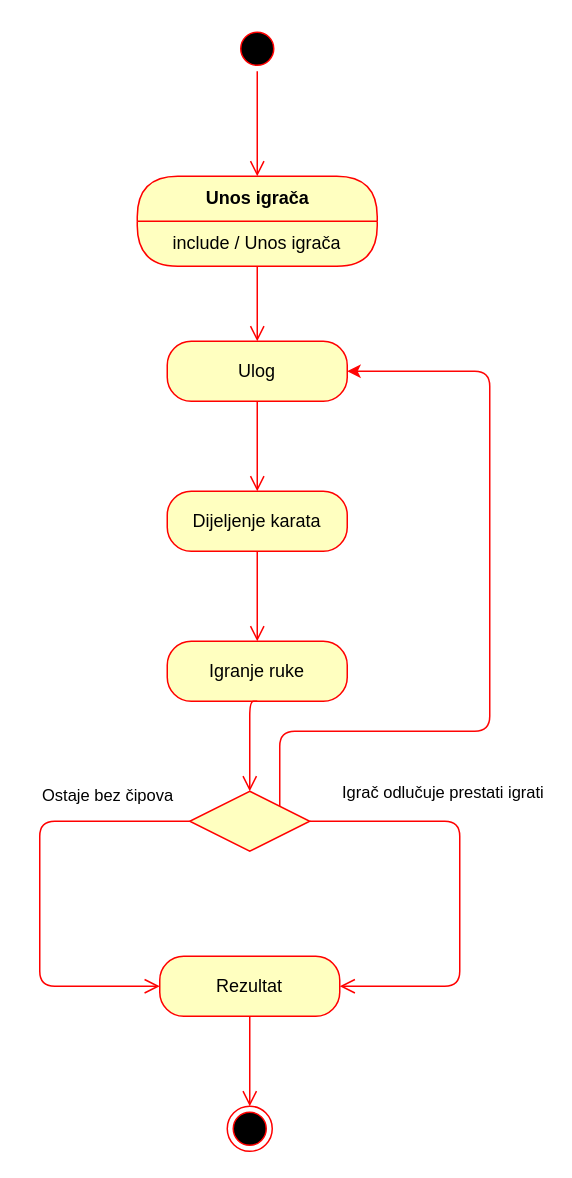
This is page "Igranje 21" (2 of 7) of Untitled Diagram.drawio from avrkic/21, a draw.io file, before an edit. Source tidied: cells renumbered, new cells numbered last; positions are measured from the earlier drawing's top-left corner, leaving out a move shared by most shapes. Both pictures are drawn from the tidied source at 150%, with x=0, y=0 at pixel (39, 26).
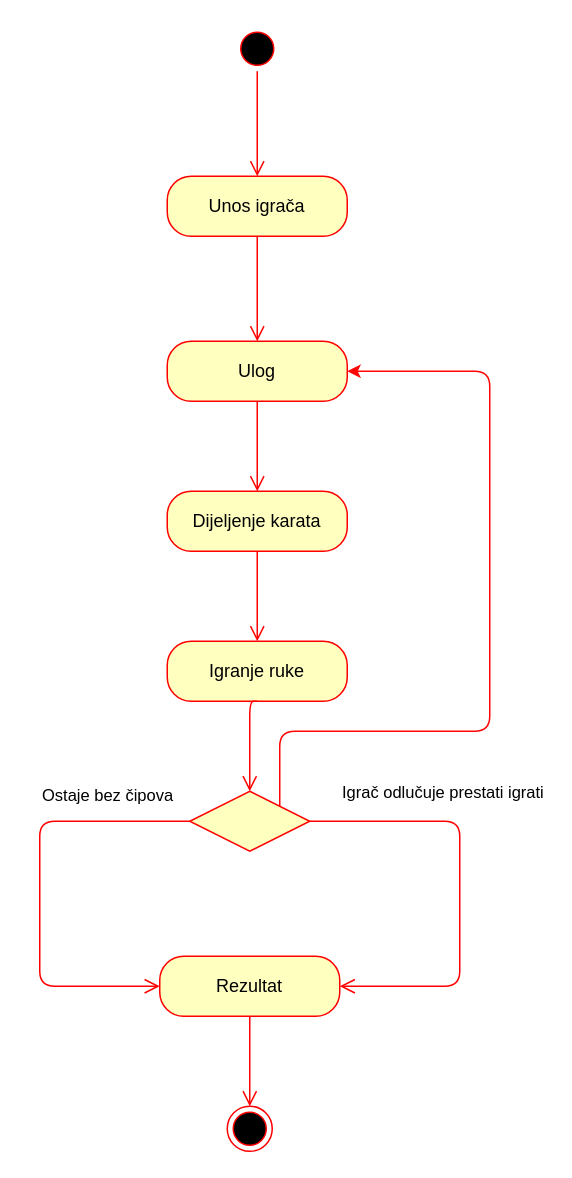
The same diagram, later.

Commit message:
Dijagram igranje 21

The change refers to these unchanged cells:
```xml
<mxCell id="5" style="ellipse;html=1;shape=startState;fillColor=#000000;strokeColor=#ff0000;" parent="1" vertex="1">
  <mxGeometry x="130" width="30" height="30" as="geometry" />
</mxCell>
<mxCell id="7" value="Ulog" style="rounded=1;whiteSpace=wrap;html=1;arcSize=40;fontColor=#000000;fillColor=#ffffc0;strokeColor=#ff0000;" parent="1" vertex="1">
  <mxGeometry x="85" y="210" width="120" height="40" as="geometry" />
</mxCell>
```

Change to the diagram source:
```diff
@@
-    <mxCell id="2" value="Unos igrača" style="swimlane;html=1;fontStyle=1;align=center;verticalAlign=middle;horizontal=1;startSize=30;fontColor=#000000;rounded=1;arcSize=30;strokeColor=#ff0000;fillColor=#ffffc0;swimlaneFillColor=#ffffc0;" parent="1" vertex="1">
-      <mxGeometry x="65" y="100" width="160" height="60" as="geometry" />
-    </mxCell>
-    <mxCell id="3" value="include / Unos igrača" style="text;html=1;strokeColor=none;fillColor=none;align=center;verticalAlign=middle;spacingLeft=4;spacingRight=4;whiteSpace=wrap;overflow=hidden;fontColor=#000000;" parent="2" vertex="1">
-      <mxGeometry y="30" width="160" height="30" as="geometry" />
-    </mxCell>
-    <mxCell id="4" style="edgeStyle=orthogonalEdgeStyle;html=1;verticalAlign=bottom;endArrow=open;endSize=8;strokeColor=#ff0000;" parent="1" edge="1" source="2">
-      <mxGeometry relative="1" as="geometry">
-        <mxPoint x="145" y="210" as="targetPoint" />
-      </mxGeometry>
-    </mxCell>
@@
-    <mxCell id="6" style="edgeStyle=orthogonalEdgeStyle;html=1;verticalAlign=bottom;endArrow=open;endSize=8;strokeColor=#ff0000;entryX=0.5;entryY=0;entryDx=0;entryDy=0;" parent="1" edge="1" source="5" target="2">
-      <mxGeometry relative="1" as="geometry" />
+    <mxCell id="6" style="edgeStyle=orthogonalEdgeStyle;html=1;verticalAlign=bottom;endArrow=open;endSize=8;strokeColor=#ff0000;entryX=0.5;entryY=0;entryDx=0;entryDy=0;" parent="1" edge="1" source="5">
+      <mxGeometry relative="1" as="geometry">
+        <mxPoint x="145" y="100" as="targetPoint" />
+      </mxGeometry>
     </mxCell>
@@
+    <mxCell id="2" value="Unos igrača" style="rounded=1;whiteSpace=wrap;html=1;arcSize=40;fontColor=#000000;fillColor=#ffffc0;strokeColor=#ff0000;" parent="1" vertex="1">
+      <mxGeometry x="85" y="100" width="120" height="40" as="geometry" />
+    </mxCell>
+    <mxCell id="20" style="edgeStyle=orthogonalEdgeStyle;html=1;verticalAlign=bottom;endArrow=open;endSize=8;strokeColor=#ff0000;entryX=0.5;entryY=0;entryDx=0;entryDy=0;" parent="1" edge="1" source="2" target="7">
+      <mxGeometry relative="1" as="geometry" />
+    </mxCell>
```
